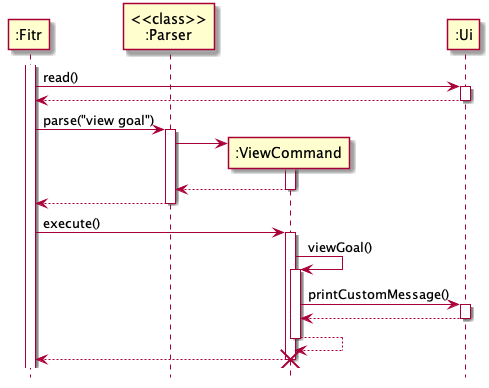
nus-cs2113-AY2021S1/tp keeps this PlantUML diagram as docs/images/ViewGoalSequenceDiagram.png. Above is the earlier version. The source it was exported from:
```plantuml
@startuml
participant ":Fitr"
participant "<<class>>\n:Parser"
participant ":ViewCommand"

activate ":Fitr"
":Fitr" -> ":Ui" : read()
activate ":Ui"
":Fitr" <-- ":Ui"
deactivate ":Ui"

":Fitr" -> "<<class>>\n:Parser" : parse("view goal")
activate "<<class>>\n:Parser"
create ":ViewCommand"
"<<class>>\n:Parser" -> ":ViewCommand" ++
return
":Fitr" <-- "<<class>>\n:Parser"
deactivate "<<class>>\n:Parser"

":Fitr" -> ":ViewCommand" : execute()
activate ":ViewCommand"
":ViewCommand" -> ":ViewCommand" : viewGoal()
activate ":ViewCommand"
":ViewCommand" -> ":Ui" : printCustomMessage()
activate ":Ui"
return
return
return
destroy ":ViewCommand"

hide footbox
@enduml
```
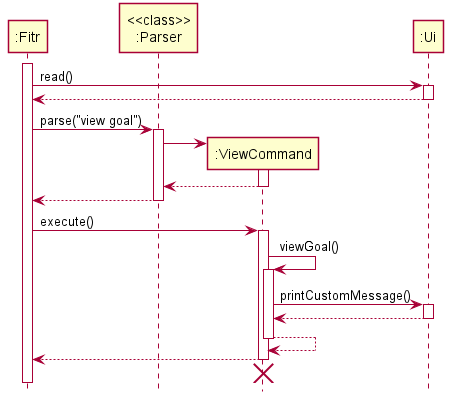
The same file after the commit.

Commit message:
Update sequence diagrams in DG

Change to the diagram source:
```diff
@@ -1,4 +1,6 @@
 @startuml
+skinparam Shadowing false
+
 participant ":Fitr"
 participant "<<class>>\n:Parser"
 participant ":ViewCommand"
@@ -25,7 +27,10 @@
 activate ":Ui"
 return
 return
-return
+
+":ViewCommand" --> ":Fitr"
+deactivate ":ViewCommand"
+":ViewCommand" -[hidden]-> ":Fitr"
 destroy ":ViewCommand"
 
 hide footbox
```
